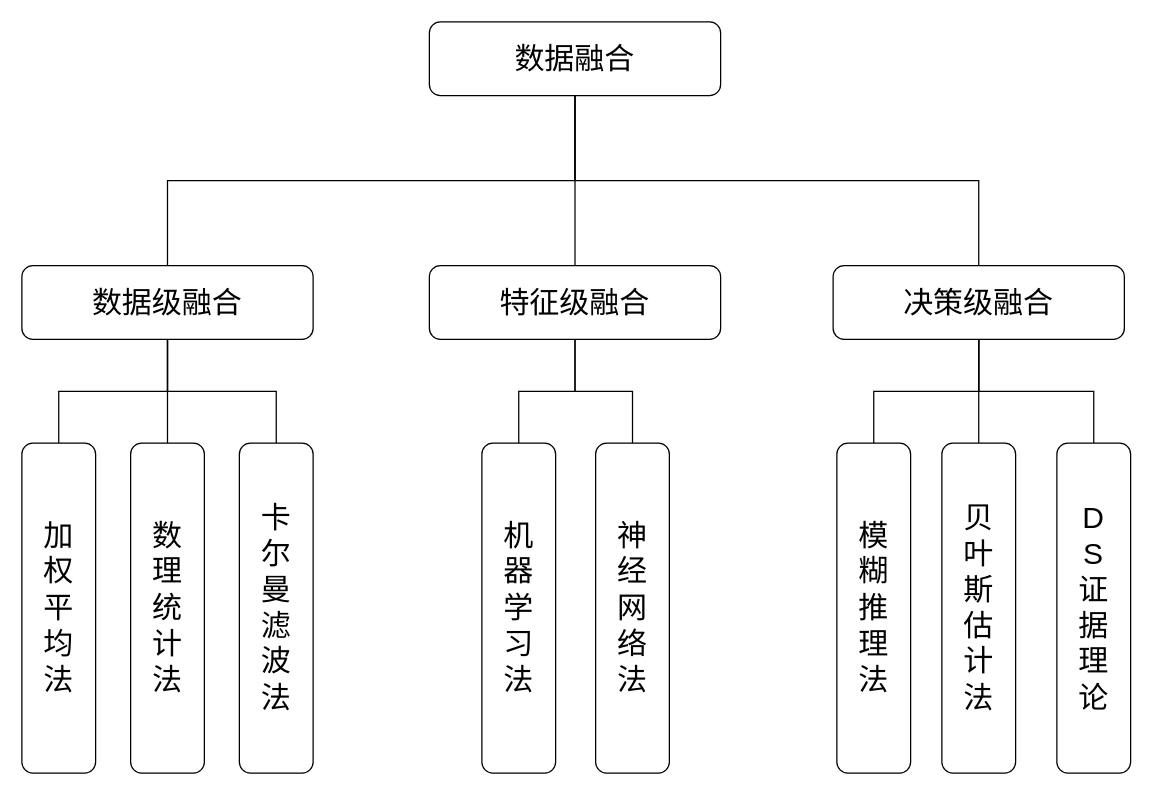
nianqingdeguowang/python keeps this draw.io diagram as 未命名绘图.drawio. Above is the earlier version. Source tidied: cells renumbered, new cells numbered last; positions are measured from the earlier drawing's top-left corner, leaving out a move shared by most shapes. Both pictures are drawn from the tidied source at 125%, with x=0, y=0 at pixel (21, 21).
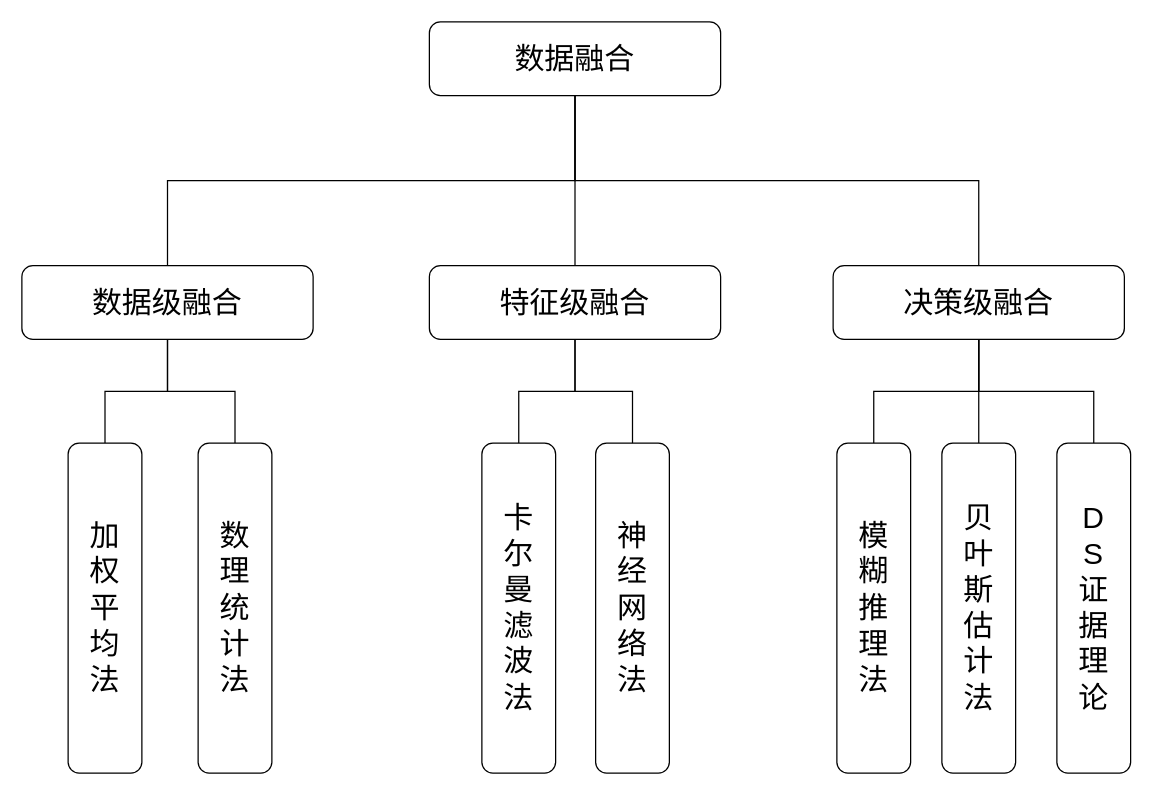
The same page after the edit.

Commit message:
更新未命名绘图.drawio

The change refers to these unchanged cells:
```xml
<mxCell id="9" value="&lt;font style=&quot;font-size: 24px;&quot;&gt;数据级融合&lt;/font&gt;" style="rounded=1;whiteSpace=wrap;html=1;" parent="1" vertex="1">
  <mxGeometry y="195" width="233" height="59" as="geometry" />
</mxCell>
```

What changed in the source:
```diff
@@
-    <mxCell id="8" style="edgeStyle=orthogonalEdgeStyle;rounded=0;jettySize=auto;html=1;exitX=0.5;exitY=1;exitDx=0;exitDy=0;endArrow=none;endFill=0;" parent="1" edge="1" source="9" target="19">
-      <mxGeometry relative="1" as="geometry" />
-    </mxCell>
@@
     <mxCell id="17" value="&lt;font style=&quot;font-size: 24px;&quot;&gt;加&lt;br&gt;权&lt;br&gt;平&lt;br&gt;均&lt;br&gt;法&lt;/font&gt;" style="rounded=1;whiteSpace=wrap;html=1;" parent="1" vertex="1">
-      <mxGeometry y="337" width="59" height="264" as="geometry" />
+      <mxGeometry x="37" y="337" width="59" height="264" as="geometry" />
     </mxCell>
     <mxCell id="18" value="&lt;span style=&quot;font-size: 24px;&quot;&gt;数&lt;br&gt;理&lt;br&gt;统&lt;br&gt;计&lt;br&gt;法&lt;/span&gt;" style="rounded=1;whiteSpace=wrap;html=1;" parent="1" vertex="1">
-      <mxGeometry x="87" y="337" width="59" height="264" as="geometry" />
+      <mxGeometry x="141" y="337" width="59" height="264" as="geometry" />
     </mxCell>
-    <mxCell id="19" value="&lt;span style=&quot;font-size: 24px;&quot;&gt;卡&lt;br&gt;尔&lt;br&gt;曼&lt;br&gt;滤&lt;br&gt;波&lt;br&gt;法&lt;/span&gt;" style="rounded=1;whiteSpace=wrap;html=1;" parent="1" vertex="1">
-      <mxGeometry x="174" y="337" width="59" height="264" as="geometry" />
-    </mxCell>
@@
-    <mxCell id="23" value="&lt;span style=&quot;font-size: 24px;&quot;&gt;机&lt;br&gt;器&lt;br&gt;学&lt;br&gt;习&lt;br&gt;法&lt;/span&gt;" style="rounded=1;whiteSpace=wrap;html=1;" parent="1" vertex="1">
+    <mxCell id="23" value="&lt;span style=&quot;font-size: 24px;&quot;&gt;卡&lt;br&gt;尔&lt;br&gt;曼&lt;br&gt;滤&lt;br&gt;波&lt;br&gt;法&lt;br&gt;&lt;/span&gt;" style="rounded=1;whiteSpace=wrap;html=1;" parent="1" vertex="1">
       <mxGeometry x="368" y="337" width="59" height="264" as="geometry" />
     </mxCell>
```
